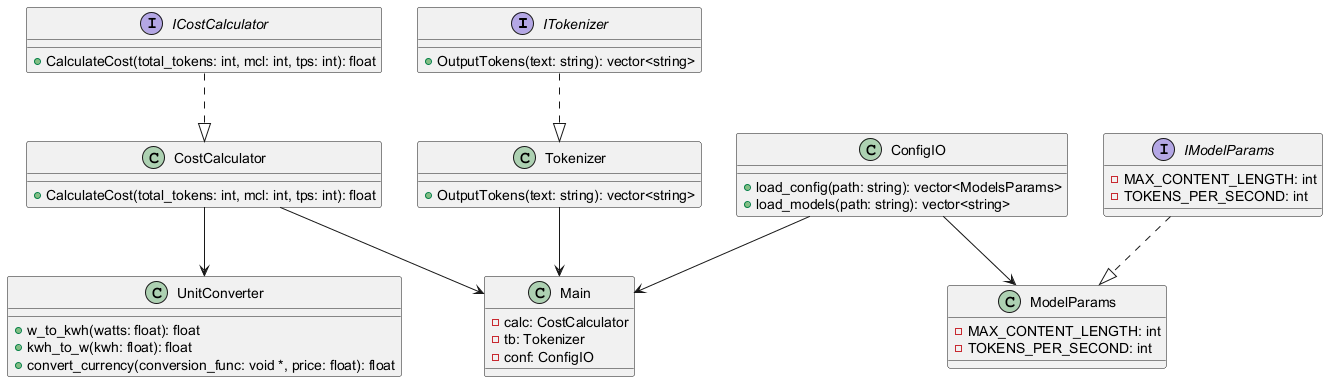
Earlier version of the PlantUML export uml/AITokenAnalyzer.png (TeejMcSteez/ITCS3112FinalProject).
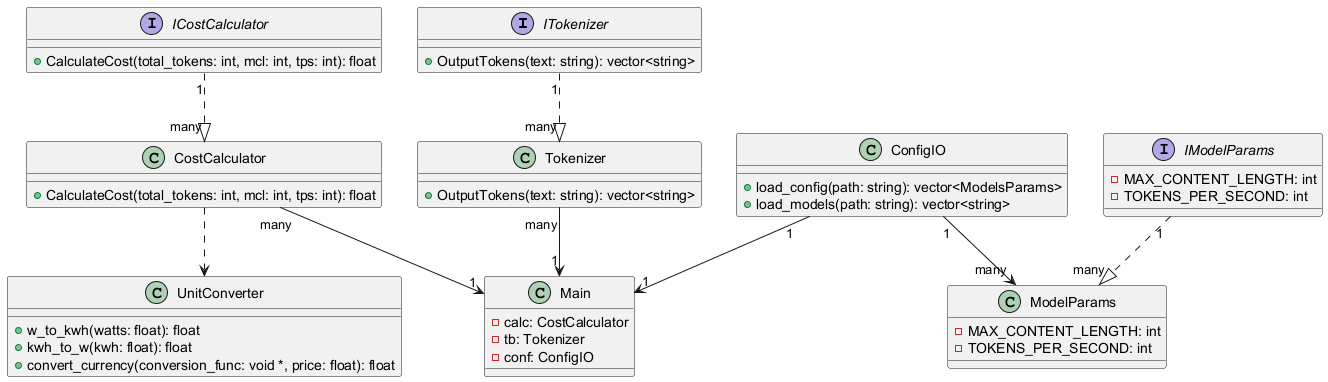
After the commit.

Commit message:
Updated relationships within the classes

Change to the diagram source:
```diff
@@ -1,5 +1,4 @@
 @startuml AITokenAnalyzer
-
 
 interface ITokenizer {
     +OutputTokens(text: string): vector<string>
@@ -44,12 +43,12 @@
     - conf: ConfigIO
 }
 
-ITokenizer ..|> Tokenizer
-ICostCalculator ..|> CostCalculator
-CostCalculator --> UnitConverter
-IModelParams ..|> ModelParams
-ConfigIO --> ModelParams
-CostCalculator --> Main
-Tokenizer --> Main
-ConfigIO --> Main
+ITokenizer "1" ..|> "many" Tokenizer
+ICostCalculator "1" ..|> "many" CostCalculator
+CostCalculator ..> UnitConverter
+IModelParams "1" ..|> "many" ModelParams
+ConfigIO "1" --> "many" ModelParams
+CostCalculator "many" --> "1" Main
+Tokenizer "many" --> "1" Main
+ConfigIO "1" --> "1" Main
 @enduml
```
